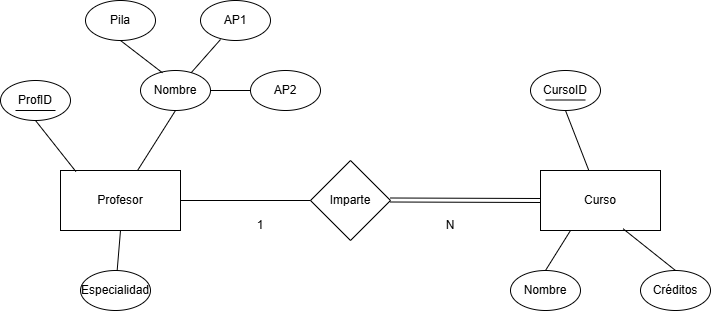
Above: img/E - R/Ejercicio2.png in Tecnologoto/BaseDeDatosG1 (draw.io), before the change. Source tidied: cells renumbered, new cells last; positions are measured from the earlier drawing's top-left corner, leaving out a move shared by most shapes. Its diagram source:
```xml
<mxGraphModel>
  <root>
    <mxCell id="0" />
    <mxCell id="1" parent="0" />
    <mxCell id="2" value="Imparte" style="rhombus;whiteSpace=wrap;html=1;" parent="1" vertex="1">
      <mxGeometry x="310" y="160" width="80" height="80" as="geometry" />
    </mxCell>
    <mxCell id="3" value="Profesor" style="rounded=0;whiteSpace=wrap;html=1;" parent="1" vertex="1">
      <mxGeometry x="60" y="170" width="120" height="60" as="geometry" />
    </mxCell>
    <mxCell id="4" value="Curso" style="rounded=0;whiteSpace=wrap;html=1;" parent="1" vertex="1">
      <mxGeometry x="540" y="170" width="120" height="60" as="geometry" />
    </mxCell>
    <mxCell id="5" style="shape=link;html=1;rounded=0;entryX=0;entryY=0.5;entryDx=0;entryDy=0;" parent="1" edge="1" target="4">
      <mxGeometry relative="1" as="geometry">
        <mxPoint x="390" y="199.5" as="sourcePoint" />
      </mxGeometry>
    </mxCell>
    <mxCell id="6" style="endArrow=none;html=1;rounded=0;entryX=1;entryY=0.5;entryDx=0;entryDy=0;exitX=0;exitY=0.5;exitDx=0;exitDy=0;" parent="1" edge="1" source="2" target="3">
      <mxGeometry relative="1" as="geometry" />
    </mxCell>
    <mxCell id="7" value="Nombre" style="ellipse;whiteSpace=wrap;html=1;" parent="1" vertex="1">
      <mxGeometry x="140" y="70" width="70" height="40" as="geometry" />
    </mxCell>
    <mxCell id="8" value="ProfID" style="ellipse;whiteSpace=wrap;html=1;" parent="1" vertex="1">
      <mxGeometry y="80" width="70" height="40" as="geometry" />
    </mxCell>
    <mxCell id="9" value="Especialidad" style="ellipse;whiteSpace=wrap;html=1;" parent="1" vertex="1">
      <mxGeometry x="80" y="270" width="70" height="40" as="geometry" />
    </mxCell>
    <mxCell id="10" style="endArrow=none;html=1;rounded=0;exitX=0.644;exitY=-0.006;exitDx=0;exitDy=0;exitPerimeter=0;entryX=0.5;entryY=1;entryDx=0;entryDy=0;" parent="1" edge="1" source="3" target="7">
      <mxGeometry relative="1" as="geometry" />
    </mxCell>
    <mxCell id="11" style="endArrow=none;html=1;rounded=0;entryX=0.128;entryY=0.017;entryDx=0;entryDy=0;entryPerimeter=0;exitX=0.5;exitY=1;exitDx=0;exitDy=0;" parent="1" edge="1" source="8" target="3">
      <mxGeometry relative="1" as="geometry" />
    </mxCell>
    <mxCell id="12" style="endArrow=none;html=1;rounded=0;exitX=0.5;exitY=1;exitDx=0;exitDy=0;" parent="1" edge="1" source="3" target="9">
      <mxGeometry relative="1" as="geometry" />
    </mxCell>
    <mxCell id="13" value="CursoID" style="ellipse;whiteSpace=wrap;html=1;" parent="1" vertex="1">
      <mxGeometry x="530" y="70" width="70" height="40" as="geometry" />
    </mxCell>
    <mxCell id="14" value="Nombre" style="ellipse;whiteSpace=wrap;html=1;" parent="1" vertex="1">
      <mxGeometry x="510" y="270" width="70" height="40" as="geometry" />
    </mxCell>
    <mxCell id="15" value="Créditos" style="ellipse;whiteSpace=wrap;html=1;" parent="1" vertex="1">
      <mxGeometry x="640" y="270" width="70" height="40" as="geometry" />
    </mxCell>
    <mxCell id="16" style="endArrow=none;html=1;rounded=0;entryX=0.5;entryY=1;entryDx=0;entryDy=0;" parent="1" edge="1" source="4" target="13">
      <mxGeometry relative="1" as="geometry" />
    </mxCell>
    <mxCell id="17" style="endArrow=none;html=1;rounded=0;entryX=0.25;entryY=1;entryDx=0;entryDy=0;exitX=0.5;exitY=0;exitDx=0;exitDy=0;" parent="1" edge="1" source="14" target="4">
      <mxGeometry relative="1" as="geometry" />
    </mxCell>
    <mxCell id="18" style="endArrow=none;html=1;rounded=0;entryX=0.689;entryY=0.972;entryDx=0;entryDy=0;entryPerimeter=0;exitX=0.5;exitY=0;exitDx=0;exitDy=0;" parent="1" edge="1" source="15" target="4">
      <mxGeometry relative="1" as="geometry" />
    </mxCell>
    <mxCell id="19" style="endArrow=none;html=1;rounded=0;" parent="1" edge="1">
      <mxGeometry relative="1" as="geometry">
        <mxPoint x="15" y="110" as="sourcePoint" />
        <mxPoint x="55" y="110" as="targetPoint" />
      </mxGeometry>
    </mxCell>
    <mxCell id="20" style="endArrow=none;html=1;rounded=0;" parent="1" edge="1">
      <mxGeometry relative="1" as="geometry">
        <mxPoint x="545" y="99.5" as="sourcePoint" />
        <mxPoint x="585" y="99.5" as="targetPoint" />
      </mxGeometry>
    </mxCell>
    <mxCell id="21" value="Pila" style="ellipse;whiteSpace=wrap;html=1;" parent="1" vertex="1">
      <mxGeometry x="85" width="70" height="40" as="geometry" />
    </mxCell>
    <mxCell id="22" value="AP1" style="ellipse;whiteSpace=wrap;html=1;" parent="1" vertex="1">
      <mxGeometry x="200" width="70" height="40" as="geometry" />
    </mxCell>
    <mxCell id="23" value="AP2" style="ellipse;whiteSpace=wrap;html=1;" parent="1" vertex="1">
      <mxGeometry x="250" y="70" width="70" height="40" as="geometry" />
    </mxCell>
    <mxCell id="24" style="endArrow=none;html=1;rounded=0;entryX=0.314;entryY=0.058;entryDx=0;entryDy=0;entryPerimeter=0;exitX=0.5;exitY=1;exitDx=0;exitDy=0;" parent="1" edge="1" source="21" target="7">
      <mxGeometry relative="1" as="geometry" />
    </mxCell>
    <mxCell id="25" style="endArrow=none;html=1;rounded=0;exitX=0.286;exitY=0.975;exitDx=0;exitDy=0;exitPerimeter=0;" parent="1" edge="1" source="22" target="7">
      <mxGeometry relative="1" as="geometry" />
    </mxCell>
    <mxCell id="26" style="endArrow=none;html=1;rounded=0;entryX=1;entryY=0.5;entryDx=0;entryDy=0;" parent="1" edge="1" source="23" target="7">
      <mxGeometry relative="1" as="geometry" />
    </mxCell>
    <mxCell id="27" value="1" style="text;html=1;whiteSpace=wrap;strokeColor=none;fillColor=none;align=center;verticalAlign=middle;rounded=0;" parent="1" vertex="1">
      <mxGeometry x="230" y="210" width="60" height="30" as="geometry" />
    </mxCell>
    <mxCell id="28" value="N" style="text;html=1;whiteSpace=wrap;strokeColor=none;fillColor=none;align=center;verticalAlign=middle;rounded=0;" parent="1" vertex="1">
      <mxGeometry x="420" y="210" width="60" height="30" as="geometry" />
    </mxCell>
  </root>
</mxGraphModel>
```
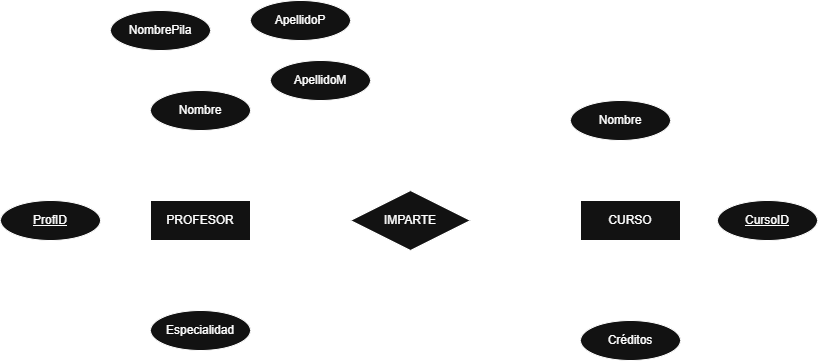
Later version of the same file.

Commit message:
Se terminaron los temas de modelo ER y Relacional así como el mapeto de ER a Relacional y sus respectivos y sus respectivos diccionarios de datos

Diff of the diagram source:
```diff
@@ -2,94 +2,82 @@
   <root>
     <mxCell id="0" />
     <mxCell id="1" parent="0" />
-    <mxCell id="2" value="Imparte" style="rhombus;whiteSpace=wrap;html=1;" parent="1" vertex="1">
-      <mxGeometry x="310" y="160" width="80" height="80" as="geometry" />
-    </mxCell>
-    <mxCell id="3" value="Profesor" style="rounded=0;whiteSpace=wrap;html=1;" parent="1" vertex="1">
-      <mxGeometry x="60" y="170" width="120" height="60" as="geometry" />
-    </mxCell>
-    <mxCell id="4" value="Curso" style="rounded=0;whiteSpace=wrap;html=1;" parent="1" vertex="1">
-      <mxGeometry x="540" y="170" width="120" height="60" as="geometry" />
-    </mxCell>
-    <mxCell id="5" style="shape=link;html=1;rounded=0;entryX=0;entryY=0.5;entryDx=0;entryDy=0;" parent="1" edge="1" target="4">
-      <mxGeometry relative="1" as="geometry">
-        <mxPoint x="390" y="199.5" as="sourcePoint" />
-      </mxGeometry>
-    </mxCell>
-    <mxCell id="6" style="endArrow=none;html=1;rounded=0;entryX=1;entryY=0.5;entryDx=0;entryDy=0;exitX=0;exitY=0.5;exitDx=0;exitDy=0;" parent="1" edge="1" source="2" target="3">
-      <mxGeometry relative="1" as="geometry" />
-    </mxCell>
-    <mxCell id="7" value="Nombre" style="ellipse;whiteSpace=wrap;html=1;" parent="1" vertex="1">
-      <mxGeometry x="140" y="70" width="70" height="40" as="geometry" />
-    </mxCell>
+    <mxCell id="29" value="PROFESOR" style="whiteSpace=wrap;html=1;align=center;" parent="1" vertex="1">
+      <mxGeometry x="100" y="180" width="100" height="40" as="geometry" />
+    </mxCell>
+    <mxCell id="30" value="IMPARTE" style="shape=rhombus;perimeter=rhombusPerimeter;whiteSpace=wrap;html=1;align=center;" parent="1" vertex="1">
+      <mxGeometry x="300" y="170" width="120" height="60" as="geometry" />
+    </mxCell>
+    <mxCell id="31" value="CURSO" style="whiteSpace=wrap;html=1;align=center;" parent="1" vertex="1">
+      <mxGeometry x="530" y="180" width="100" height="40" as="geometry" />
+    </mxCell>
+    <mxCell id="32" style="endArrow=none;html=1;rounded=0;exitX=1;exitY=0.5;exitDx=0;exitDy=0;entryX=0;entryY=0.5;entryDx=0;entryDy=0;" parent="1" edge="1" source="29" target="30">
+      <mxGeometry relative="1" as="geometry" />
+    </mxCell>
+    <mxCell id="27" value="1" style="html=1;whiteSpace=wrap;align=right;verticalAlign=bottom;" parent="32" vertex="1">
+      <mxGeometry x="1" relative="1" as="geometry" />
+    </mxCell>
+    <mxCell id="33" style="shape=link;html=1;rounded=0;entryX=1;entryY=0.5;entryDx=0;entryDy=0;exitX=0;exitY=0.5;exitDx=0;exitDy=0;" parent="1" edge="1" source="31" target="30">
+      <mxGeometry relative="1" as="geometry" />
+    </mxCell>
+    <mxCell id="28" value="N" style="html=1;whiteSpace=wrap;align=right;verticalAlign=bottom;" parent="33" vertex="1">
+      <mxGeometry x="1" relative="1" as="geometry" />
+    </mxCell>
+    <mxCell id="34" value="Nombre" style="ellipse;whiteSpace=wrap;html=1;align=center;" parent="1" vertex="1">
+      <mxGeometry x="100" y="70" width="100" height="40" as="geometry" />
+    </mxCell>
+    <mxCell id="35" value="NombrePila" style="ellipse;whiteSpace=wrap;html=1;align=center;" parent="1" vertex="1">
+      <mxGeometry x="60" y="-10" width="100" height="40" as="geometry" />
+    </mxCell>
+    <mxCell id="36" value="ApellidoP" style="ellipse;whiteSpace=wrap;html=1;align=center;" parent="1" vertex="1">
+      <mxGeometry x="200" y="-20" width="100" height="40" as="geometry" />
+    </mxCell>
+    <mxCell id="37" value="ApellidoM" style="ellipse;whiteSpace=wrap;html=1;align=center;" parent="1" vertex="1">
+      <mxGeometry x="220" y="40" width="100" height="40" as="geometry" />
+    </mxCell>
+    <mxCell id="38" style="endArrow=none;html=1;rounded=0;entryX=0.5;entryY=1;entryDx=0;entryDy=0;exitX=0.5;exitY=0;exitDx=0;exitDy=0;" parent="1" edge="1" source="34" target="35">
+      <mxGeometry relative="1" as="geometry" />
+    </mxCell>
+    <mxCell id="39" style="endArrow=none;html=1;rounded=0;entryX=0.5;entryY=1;entryDx=0;entryDy=0;" parent="1" edge="1" source="34" target="36">
+      <mxGeometry relative="1" as="geometry" />
+    </mxCell>
+    <mxCell id="40" style="endArrow=none;html=1;rounded=0;entryX=0.5;entryY=1;entryDx=0;entryDy=0;exitX=1;exitY=0.5;exitDx=0;exitDy=0;" parent="1" edge="1" source="34" target="37">
+      <mxGeometry relative="1" as="geometry" />
+    </mxCell>
+    <mxCell id="41" style="endArrow=none;html=1;rounded=0;exitX=0.5;exitY=1;exitDx=0;exitDy=0;entryX=0.5;entryY=0;entryDx=0;entryDy=0;" parent="1" edge="1" source="34" target="29">
+      <mxGeometry relative="1" as="geometry" />
+    </mxCell>
+    <mxCell id="9" value="Especialidad" style="ellipse;whiteSpace=wrap;html=1;align=center;" parent="1" vertex="1">
+      <mxGeometry x="100" y="290" width="100" height="40" as="geometry" />
+    </mxCell>
+    <mxCell id="42" style="endArrow=none;html=1;rounded=0;exitX=0.5;exitY=1;exitDx=0;exitDy=0;entryX=0.5;entryY=0;entryDx=0;entryDy=0;" parent="1" edge="1" source="29" target="9">
+      <mxGeometry relative="1" as="geometry" />
+    </mxCell>
-    <mxCell id="8" value="ProfID" style="ellipse;whiteSpace=wrap;html=1;" parent="1" vertex="1">
-      <mxGeometry y="80" width="70" height="40" as="geometry" />
+    <mxCell id="8" value="ProfID" style="ellipse;whiteSpace=wrap;html=1;align=center;fontStyle=4;" parent="1" vertex="1">
+      <mxGeometry x="-50" y="180" width="100" height="40" as="geometry" />
     </mxCell>
-    <mxCell id="9" value="Especialidad" style="ellipse;whiteSpace=wrap;html=1;" parent="1" vertex="1">
-      <mxGeometry x="80" y="270" width="70" height="40" as="geometry" />
-    </mxCell>
-    <mxCell id="10" style="endArrow=none;html=1;rounded=0;exitX=0.644;exitY=-0.006;exitDx=0;exitDy=0;exitPerimeter=0;entryX=0.5;entryY=1;entryDx=0;entryDy=0;" parent="1" edge="1" source="3" target="7">
-      <mxGeometry relative="1" as="geometry" />
-    </mxCell>
-    <mxCell id="11" style="endArrow=none;html=1;rounded=0;entryX=0.128;entryY=0.017;entryDx=0;entryDy=0;entryPerimeter=0;exitX=0.5;exitY=1;exitDx=0;exitDy=0;" parent="1" edge="1" source="8" target="3">
-      <mxGeometry relative="1" as="geometry" />
-    </mxCell>
-    <mxCell id="12" style="endArrow=none;html=1;rounded=0;exitX=0.5;exitY=1;exitDx=0;exitDy=0;" parent="1" edge="1" source="3" target="9">
-      <mxGeometry relative="1" as="geometry" />
-    </mxCell>
+    <mxCell id="43" style="endArrow=none;html=1;rounded=0;exitX=0;exitY=0.5;exitDx=0;exitDy=0;" parent="1" edge="1" source="29">
+      <mxGeometry relative="1" as="geometry">
+        <mxPoint x="50" y="200" as="targetPoint" />
+      </mxGeometry>
+    </mxCell>
+    <mxCell id="44" value="Nombre" style="ellipse;whiteSpace=wrap;html=1;align=center;" parent="1" vertex="1">
+      <mxGeometry x="520" y="80" width="100" height="40" as="geometry" />
+    </mxCell>
-    <mxCell id="13" value="CursoID" style="ellipse;whiteSpace=wrap;html=1;" parent="1" vertex="1">
-      <mxGeometry x="530" y="70" width="70" height="40" as="geometry" />
+    <mxCell id="13" value="CursoID" style="ellipse;whiteSpace=wrap;html=1;align=center;fontStyle=4;" parent="1" vertex="1">
+      <mxGeometry x="667" y="180" width="100" height="40" as="geometry" />
     </mxCell>
-    <mxCell id="14" value="Nombre" style="ellipse;whiteSpace=wrap;html=1;" parent="1" vertex="1">
-      <mxGeometry x="510" y="270" width="70" height="40" as="geometry" />
-    </mxCell>
-    <mxCell id="15" value="Créditos" style="ellipse;whiteSpace=wrap;html=1;" parent="1" vertex="1">
-      <mxGeometry x="640" y="270" width="70" height="40" as="geometry" />
+    <mxCell id="15" value="Créditos" style="ellipse;whiteSpace=wrap;html=1;align=center;" parent="1" vertex="1">
+      <mxGeometry x="530" y="300" width="100" height="40" as="geometry" />
     </mxCell>
-    <mxCell id="16" style="endArrow=none;html=1;rounded=0;entryX=0.5;entryY=1;entryDx=0;entryDy=0;" parent="1" edge="1" source="4" target="13">
-      <mxGeometry relative="1" as="geometry" />
-    </mxCell>
-    <mxCell id="17" style="endArrow=none;html=1;rounded=0;entryX=0.25;entryY=1;entryDx=0;entryDy=0;exitX=0.5;exitY=0;exitDx=0;exitDy=0;" parent="1" edge="1" source="14" target="4">
-      <mxGeometry relative="1" as="geometry" />
-    </mxCell>
-    <mxCell id="18" style="endArrow=none;html=1;rounded=0;entryX=0.689;entryY=0.972;entryDx=0;entryDy=0;entryPerimeter=0;exitX=0.5;exitY=0;exitDx=0;exitDy=0;" parent="1" edge="1" source="15" target="4">
-      <mxGeometry relative="1" as="geometry" />
-    </mxCell>
-    <mxCell id="19" style="endArrow=none;html=1;rounded=0;" parent="1" edge="1">
-      <mxGeometry relative="1" as="geometry">
-        <mxPoint x="15" y="110" as="sourcePoint" />
-        <mxPoint x="55" y="110" as="targetPoint" />
-      </mxGeometry>
-    </mxCell>
-    <mxCell id="20" style="endArrow=none;html=1;rounded=0;" parent="1" edge="1">
-      <mxGeometry relative="1" as="geometry">
-        <mxPoint x="545" y="99.5" as="sourcePoint" />
-        <mxPoint x="585" y="99.5" as="targetPoint" />
-      </mxGeometry>
-    </mxCell>
-    <mxCell id="21" value="Pila" style="ellipse;whiteSpace=wrap;html=1;" parent="1" vertex="1">
-      <mxGeometry x="85" width="70" height="40" as="geometry" />
-    </mxCell>
-    <mxCell id="22" value="AP1" style="ellipse;whiteSpace=wrap;html=1;" parent="1" vertex="1">
-      <mxGeometry x="200" width="70" height="40" as="geometry" />
-    </mxCell>
-    <mxCell id="23" value="AP2" style="ellipse;whiteSpace=wrap;html=1;" parent="1" vertex="1">
-      <mxGeometry x="250" y="70" width="70" height="40" as="geometry" />
-    </mxCell>
-    <mxCell id="24" style="endArrow=none;html=1;rounded=0;entryX=0.314;entryY=0.058;entryDx=0;entryDy=0;entryPerimeter=0;exitX=0.5;exitY=1;exitDx=0;exitDy=0;" parent="1" edge="1" source="21" target="7">
-      <mxGeometry relative="1" as="geometry" />
-    </mxCell>
-    <mxCell id="25" style="endArrow=none;html=1;rounded=0;exitX=0.286;exitY=0.975;exitDx=0;exitDy=0;exitPerimeter=0;" parent="1" edge="1" source="22" target="7">
-      <mxGeometry relative="1" as="geometry" />
-    </mxCell>
-    <mxCell id="26" style="endArrow=none;html=1;rounded=0;entryX=1;entryY=0.5;entryDx=0;entryDy=0;" parent="1" edge="1" source="23" target="7">
-      <mxGeometry relative="1" as="geometry" />
-    </mxCell>
-    <mxCell id="27" value="1" style="text;html=1;whiteSpace=wrap;strokeColor=none;fillColor=none;align=center;verticalAlign=middle;rounded=0;" parent="1" vertex="1">
-      <mxGeometry x="230" y="210" width="60" height="30" as="geometry" />
-    </mxCell>
-    <mxCell id="28" value="N" style="text;html=1;whiteSpace=wrap;strokeColor=none;fillColor=none;align=center;verticalAlign=middle;rounded=0;" parent="1" vertex="1">
-      <mxGeometry x="420" y="210" width="60" height="30" as="geometry" />
-    </mxCell>
+    <mxCell id="45" style="endArrow=none;html=1;rounded=0;entryX=0.5;entryY=1;entryDx=0;entryDy=0;exitX=0.5;exitY=0;exitDx=0;exitDy=0;" parent="1" edge="1" source="31" target="44">
+      <mxGeometry relative="1" as="geometry" />
+    </mxCell>
+    <mxCell id="46" style="endArrow=none;html=1;rounded=0;entryX=0;entryY=0.5;entryDx=0;entryDy=0;exitX=1;exitY=0.5;exitDx=0;exitDy=0;" parent="1" edge="1" source="31" target="13">
+      <mxGeometry relative="1" as="geometry" />
+    </mxCell>
+    <mxCell id="47" style="endArrow=none;html=1;rounded=0;entryX=0.5;entryY=1;entryDx=0;entryDy=0;exitX=0.5;exitY=0;exitDx=0;exitDy=0;" parent="1" edge="1" source="15" target="31">
+      <mxGeometry relative="1" as="geometry" />
+    </mxCell>
   </root>
 </mxGraphModel>
```
